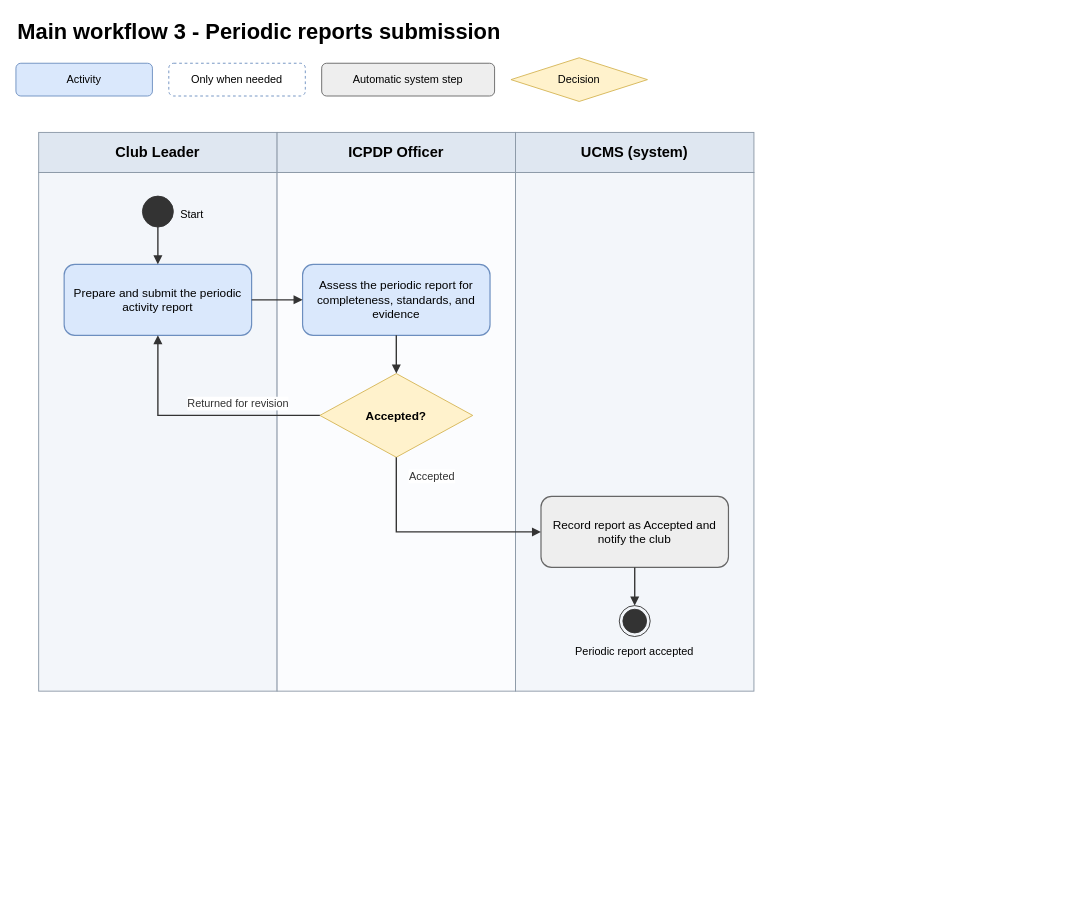
nvdekay/ClubManagementSystem keeps this draw.io diagram as page "03 Periodic reports submission" (3 of 7) of docs/03-diagrams/UCMS_Main_Workflow.drawio. Above is the earlier version. Source tidied: cells renumbered, new cells numbered last; positions are measured from the earlier drawing's top-left corner, leaving out a move shared by most shapes. Both pictures are drawn from the tidied source at 91%, with x=0, y=0 at pixel (15, 15).
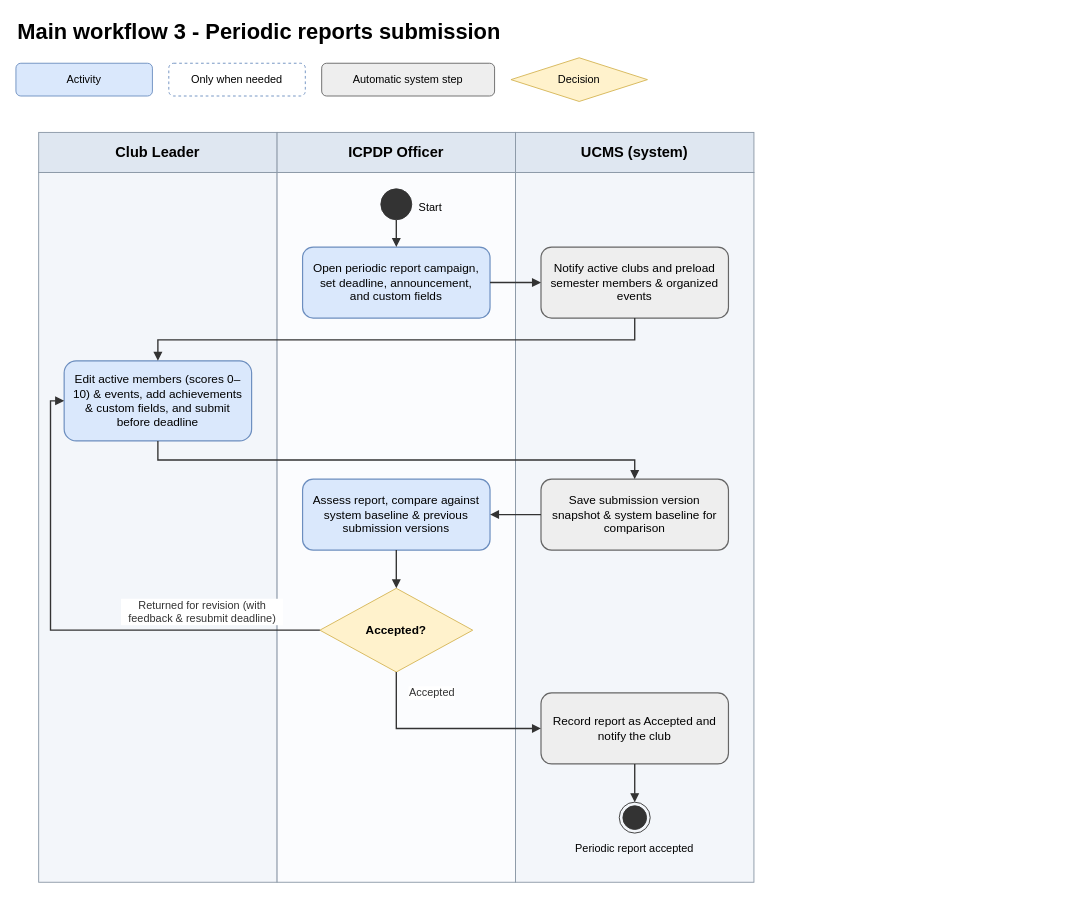
The same diagram, later.

Commit message (it also covers changes not shown here):
spec(periodic-reports): update specs and workflow diagram for campaign-based periodic reporting

What changed in the source:
```diff
@@
     <mxCell id="7" style="rounded=0;html=1;fillColor=#f3f6fa;strokeColor=#8a97a6;" parent="1" vertex="1">
-      <mxGeometry x="25" y="172" width="262" height="570" as="geometry" />
+      <mxGeometry x="25" y="172" width="262" height="780" as="geometry" />
     </mxCell>
@@
     <mxCell id="9" style="rounded=0;html=1;fillColor=#fbfcfe;strokeColor=#8a97a6;" parent="1" vertex="1">
-      <mxGeometry x="287" y="172" width="262" height="570" as="geometry" />
+      <mxGeometry x="287" y="172" width="262" height="780" as="geometry" />
     </mxCell>
@@
     <mxCell id="11" style="rounded=0;html=1;fillColor=#f3f6fa;strokeColor=#8a97a6;" parent="1" vertex="1">
-      <mxGeometry x="549" y="172" width="262" height="570" as="geometry" />
+      <mxGeometry x="549" y="172" width="262" height="780" as="geometry" />
     </mxCell>
@@
     <mxCell id="13" style="ellipse;html=1;fillColor=#333333;strokeColor=#333333;" parent="1" vertex="1">
-      <mxGeometry x="139" y="198" width="34" height="34" as="geometry" />
+      <mxGeometry x="401" y="190" width="34" height="34" as="geometry" />
     </mxCell>
     <mxCell id="14" value="Start" style="text;html=1;align=left;fontSize=12;" parent="1" vertex="1">
-      <mxGeometry x="179" y="205" width="50" height="20" as="geometry" />
+      <mxGeometry x="441" y="197" width="50" height="20" as="geometry" />
     </mxCell>
+    <mxCell id="29" value="Open periodic report campaign, set deadline, announcement, and custom fields" style="rounded=1;whiteSpace=wrap;html=1;fillColor=#dae8fc;strokeColor=#6c8ebf;fontSize=13;strokeWidth=1.3;spacing=10;" parent="1" vertex="1">
+      <mxGeometry x="315" y="254" width="206" height="78" as="geometry" />
+    </mxCell>
+    <mxCell id="30" value="Notify active clubs and preload semester members &amp;amp; organized events" style="rounded=1;whiteSpace=wrap;html=1;fillColor=#eeeeee;strokeColor=#666666;fontSize=13;strokeWidth=1.3;spacing=10;" parent="1" vertex="1">
+      <mxGeometry x="577" y="254" width="206" height="78" as="geometry" />
+    </mxCell>
-    <mxCell id="15" value="Prepare and submit the periodic activity report" style="rounded=1;whiteSpace=wrap;html=1;fillColor=#dae8fc;strokeColor=#6c8ebf;fontSize=13;strokeWidth=1.3;spacing=10;" parent="1" vertex="1">
-      <mxGeometry x="53" y="273" width="206" height="78" as="geometry" />
+    <mxCell id="15" value="Edit active members (scores 0–10) &amp;amp; events, add achievements &amp;amp; custom fields, and submit before deadline" style="rounded=1;whiteSpace=wrap;html=1;fillColor=#dae8fc;strokeColor=#6c8ebf;fontSize=13;strokeWidth=1.3;spacing=10;" parent="1" vertex="1">
+      <mxGeometry x="53" y="379" width="206" height="88" as="geometry" />
     </mxCell>
+    <mxCell id="31" value="Save submission version snapshot &amp;amp; system baseline for comparison" style="rounded=1;whiteSpace=wrap;html=1;fillColor=#eeeeee;strokeColor=#666666;fontSize=13;strokeWidth=1.3;spacing=10;" parent="1" vertex="1">
+      <mxGeometry x="577" y="509" width="206" height="78" as="geometry" />
+    </mxCell>
-    <mxCell id="16" value="Assess the periodic report for completeness, standards, and evidence" style="rounded=1;whiteSpace=wrap;html=1;fillColor=#dae8fc;strokeColor=#6c8ebf;fontSize=13;strokeWidth=1.3;spacing=10;" parent="1" vertex="1">
-      <mxGeometry x="315" y="273" width="206" height="78" as="geometry" />
+    <mxCell id="16" value="Assess report, compare against system baseline &amp;amp; previous submission versions" style="rounded=1;whiteSpace=wrap;html=1;fillColor=#dae8fc;strokeColor=#6c8ebf;fontSize=13;strokeWidth=1.3;spacing=10;" parent="1" vertex="1">
+      <mxGeometry x="315" y="509" width="206" height="78" as="geometry" />
     </mxCell>
     <mxCell id="17" value="Accepted?" style="rhombus;whiteSpace=wrap;html=1;fillColor=#fff2cc;strokeColor=#d6b656;fontSize=13;fontStyle=1;spacingLeft=26;spacingRight=26;" parent="1" vertex="1">
-      <mxGeometry x="334" y="393" width="168" height="92" as="geometry" />
+      <mxGeometry x="334" y="629" width="168" height="92" as="geometry" />
     </mxCell>
     <mxCell id="18" value="Record report as Accepted and notify the club" style="rounded=1;whiteSpace=wrap;html=1;fillColor=#eeeeee;strokeColor=#666666;fontSize=13;strokeWidth=1.3;spacing=10;" parent="1" vertex="1">
-      <mxGeometry x="577" y="528" width="206" height="78" as="geometry" />
+      <mxGeometry x="577" y="744" width="206" height="78" as="geometry" />
     </mxCell>
     <mxCell id="19" style="ellipse;html=1;shape=endState;fillColor=#333333;strokeColor=#333333;" parent="1" vertex="1">
-      <mxGeometry x="663" y="648" width="34" height="34" as="geometry" />
+      <mxGeometry x="663" y="864" width="34" height="34" as="geometry" />
     </mxCell>
     <mxCell id="20" value="Periodic report accepted" style="text;html=1;whiteSpace=wrap;align=center;fontSize=12;" parent="1" vertex="1">
-      <mxGeometry x="590" y="685" width="180" height="18" as="geometry" />
+      <mxGeometry x="590" y="901" width="180" height="18" as="geometry" />
     </mxCell>
-    <mxCell id="21" value="Returned for revision" style="text;html=1;whiteSpace=wrap;align=center;verticalAlign=middle;fontSize=12;fontColor=#333333;labelBackgroundColor=#ffffff;" parent="1" vertex="1">
-      <mxGeometry x="172" y="416" width="145" height="20" as="geometry" />
+    <mxCell id="21" value="Returned for revision (with feedback &amp;amp; resubmit deadline)" style="text;html=1;whiteSpace=wrap;align=center;verticalAlign=middle;fontSize=12;fontColor=#333333;labelBackgroundColor=#ffffff;" parent="1" vertex="1">
+      <mxGeometry x="115" y="639" width="180" height="32" as="geometry" />
     </mxCell>
     <mxCell id="22" value="Accepted" style="text;html=1;whiteSpace=wrap;align=center;verticalAlign=middle;fontSize=12;fontColor=#333333;labelBackgroundColor=#ffffff;" parent="1" vertex="1">
-      <mxGeometry x="425" y="496" width="65" height="20" as="geometry" />
+      <mxGeometry x="425" y="734" width="65" height="20" as="geometry" />
     </mxCell>
+    <mxCell id="32" style="endArrow=block;endFill=1;html=1;rounded=0;strokeColor=#333333;strokeWidth=1.5;exitX=0.5;exitY=1;entryX=0.5;entryY=0;" parent="1" edge="1" source="13" target="29">
+      <mxGeometry relative="1" as="geometry" />
+    </mxCell>
+    <mxCell id="33" style="endArrow=block;endFill=1;html=1;rounded=0;strokeColor=#333333;strokeWidth=1.5;exitX=1;exitY=0.5;entryX=0;entryY=0.5;" parent="1" edge="1" source="29" target="30">
+      <mxGeometry relative="1" as="geometry" />
+    </mxCell>
-    <mxCell id="23" style="endArrow=block;endFill=1;html=1;rounded=0;strokeColor=#333333;strokeWidth=1.5;exitX=0.5;exitY=1;entryX=0.5;entryY=0;" parent="1" edge="1" source="13" target="15">
-      <mxGeometry relative="1" as="geometry" />
+    <mxCell id="23" style="endArrow=block;endFill=1;html=1;rounded=0;strokeColor=#333333;strokeWidth=1.5;exitX=0.5;exitY=1;entryX=0.5;entryY=0;" parent="1" edge="1" source="30" target="15">
+      <mxGeometry relative="1" as="geometry">
+        <Array as="points">
+          <mxPoint x="680" y="356" />
+          <mxPoint x="156" y="356" />
+        </Array>
+      </mxGeometry>
     </mxCell>
+    <mxCell id="34" style="endArrow=block;endFill=1;html=1;rounded=0;strokeColor=#333333;strokeWidth=1.5;exitX=0.5;exitY=1;entryX=0.5;entryY=0;" parent="1" edge="1" source="15" target="31">
+      <mxGeometry relative="1" as="geometry">
+        <Array as="points">
+          <mxPoint x="156" y="488" />
+          <mxPoint x="680" y="488" />
+        </Array>
+      </mxGeometry>
+    </mxCell>
-    <mxCell id="24" style="endArrow=block;endFill=1;html=1;rounded=0;strokeColor=#333333;strokeWidth=1.5;exitX=1;exitY=0.5;entryX=0;entryY=0.5;" parent="1" edge="1" source="15" target="16">
+    <mxCell id="24" style="endArrow=block;endFill=1;html=1;rounded=0;strokeColor=#333333;strokeWidth=1.5;exitX=0;exitY=0.5;entryX=1;entryY=0.5;" parent="1" edge="1" source="31" target="16">
       <mxGeometry relative="1" as="geometry" />
     </mxCell>
@@
-    <mxCell id="26" style="endArrow=block;endFill=1;html=1;rounded=0;strokeColor=#333333;strokeWidth=1.5;exitX=0;exitY=0.5;entryX=0.5;entryY=1;" parent="1" edge="1" source="17" target="15">
+    <mxCell id="26" style="endArrow=block;endFill=1;html=1;rounded=0;strokeColor=#333333;strokeWidth=1.5;exitX=0;exitY=0.5;entryX=0;entryY=0.5;" parent="1" edge="1" source="17" target="15">
       <mxGeometry relative="1" as="geometry">
         <Array as="points">
-          <mxPoint x="156" y="439" />
+          <mxPoint x="38" y="675" />
+          <mxPoint x="38" y="423" />
         </Array>
       </mxGeometry>
     </mxCell>
     <mxCell id="27" style="endArrow=block;endFill=1;html=1;rounded=0;strokeColor=#333333;strokeWidth=1.5;exitX=0.5;exitY=1;entryX=0;entryY=0.5;" parent="1" edge="1" source="17" target="18">
       <mxGeometry relative="1" as="geometry">
         <Array as="points">
-          <mxPoint x="418" y="567" />
+          <mxPoint x="418" y="783" />
         </Array>
       </mxGeometry>
     </mxCell>
```
